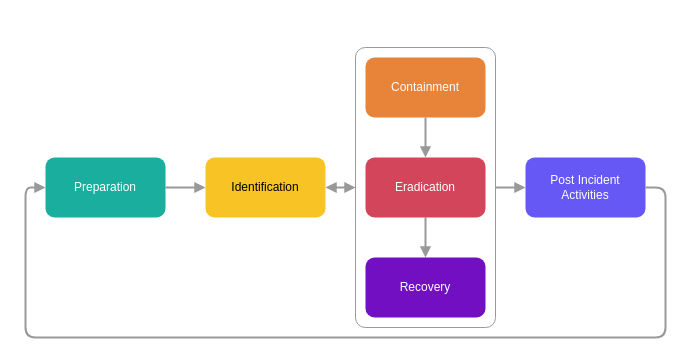
The draw.io diagram page "Figure 1 IR Lifecycle" (1 of 7) of IR Plan Flows.drawio in nightly-nessie/irplan-playbooks, before the edit. Source tidied: cells renumbered, new cells numbered last; positions are measured from the earlier drawing's top-left corner, leaving out a move shared by most shapes. Both pictures are drawn from the tidied source at 100%, with x=0, y=0 at pixel (25, 47).
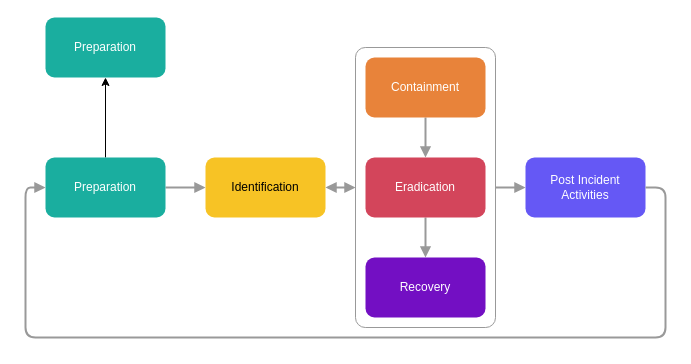
After the change.

Change to the diagram source:
```diff
@@
 <mxGraphModel>
   <root>
     <mxCell id="0" />
     <mxCell id="1" parent="0" />
     <mxCell id="2" style="edgeStyle=orthogonalEdgeStyle;rounded=0;jettySize=auto;html=1;strokeWidth=2;strokeColor=#999999;endArrow=block;endFill=1;" parent="1" edge="1" source="3" target="4">
       <mxGeometry relative="1" as="geometry" />
     </mxCell>
+    <mxCell id="15" style="edgeStyle=orthogonalEdgeStyle;rounded=0;jettySize=auto;html=1;" parent="1" edge="1" source="3" target="16">
+      <mxGeometry relative="1" as="geometry" />
+    </mxCell>
     <mxCell id="3" value="Preparation" style="rounded=1;whiteSpace=wrap;html=1;strokeColor=none;fillColor=#1AAE9F;labelBackgroundColor=none;labelBorderColor=none;fontColor=#FFFFFF;" parent="1" vertex="1">
       <mxGeometry x="20" y="110" width="120" height="60" as="geometry" />
     </mxCell>
     <mxCell id="4" value="Identification" style="whiteSpace=wrap;html=1;rounded=1;strokeColor=none;fillColor=#F7C325;" parent="1" vertex="1">
       <mxGeometry x="180" y="110" width="120" height="60" as="geometry" />
     </mxCell>
     <mxCell id="5" style="edgeStyle=orthogonalEdgeStyle;rounded=1;jettySize=auto;html=1;exitX=1;exitY=0.5;exitDx=0;exitDy=0;strokeColor=#999999;strokeWidth=2;endArrow=block;endFill=1;" parent="1" edge="1" source="14" target="8">
       <mxGeometry relative="1" as="geometry" />
     </mxCell>
     <mxCell id="6" style="edgeStyle=orthogonalEdgeStyle;rounded=0;jettySize=auto;html=1;strokeColor=#999999;endFill=1;strokeWidth=2;endArrow=block;" parent="1" edge="1" source="7" target="9">
       <mxGeometry relative="1" as="geometry" />
     </mxCell>
     <mxCell id="7" value="Eradication" style="whiteSpace=wrap;html=1;rounded=1;fontColor=#FFFFFF;strokeColor=none;fillColor=#D3455B;" parent="1" vertex="1">
       <mxGeometry x="340" y="110" width="120" height="60" as="geometry" />
     </mxCell>
     <mxCell id="8" value="Post Incident Activities" style="whiteSpace=wrap;html=1;rounded=1;fontColor=#FFFFFF;strokeColor=none;fillColor=#6558F5;" parent="1" vertex="1">
       <mxGeometry x="500" y="110" width="120" height="60" as="geometry" />
     </mxCell>
     <mxCell id="9" value="Recovery" style="whiteSpace=wrap;html=1;rounded=1;fontColor=#FFFFFF;strokeColor=none;fillColor=#730FC3;" parent="1" vertex="1">
       <mxGeometry x="340" y="210" width="120" height="60" as="geometry" />
     </mxCell>
     <mxCell id="10" style="edgeStyle=orthogonalEdgeStyle;rounded=0;jettySize=auto;html=1;endArrow=block;endFill=1;strokeWidth=2;strokeColor=#999999;" parent="1" edge="1" source="11" target="7">
       <mxGeometry relative="1" as="geometry" />
     </mxCell>
     <mxCell id="11" value="Containment" style="whiteSpace=wrap;html=1;rounded=1;strokeColor=none;fillColor=#E8833A;fontColor=#FFFFFF;" parent="1" vertex="1">
       <mxGeometry x="340" y="10" width="120" height="60" as="geometry" />
     </mxCell>
     <mxCell id="12" style="endArrow=block;html=1;entryX=0;entryY=0.5;entryDx=0;entryDy=0;exitX=1;exitY=0.5;exitDx=0;exitDy=0;edgeStyle=orthogonalEdgeStyle;strokeWidth=2;strokeColor=#999999;endFill=1;" parent="1" edge="1" source="8" target="3">
       <mxGeometry relative="1" as="geometry">
         <Array as="points">
           <mxPoint x="640" y="140" />
           <mxPoint x="640" y="290" />
           <mxPoint y="290" />
           <mxPoint y="140" />
         </Array>
       </mxGeometry>
     </mxCell>
     <mxCell id="13" style="edgeStyle=orthogonalEdgeStyle;jettySize=auto;html=1;startArrow=block;startFill=1;endArrow=block;endFill=1;strokeWidth=2;strokeColor=#999999;" parent="1" edge="1" source="14" target="4">
       <mxGeometry relative="1" as="geometry" />
     </mxCell>
     <mxCell id="14" style="rounded=1;whiteSpace=wrap;html=1;fillColor=none;arcSize=7;strokeColor=#999999;" parent="1" vertex="1">
       <mxGeometry x="330" width="140" height="280" as="geometry" />
     </mxCell>
+    <mxCell id="16" value="Preparation" style="rounded=1;whiteSpace=wrap;html=1;strokeColor=none;fillColor=#1AAE9F;labelBackgroundColor=none;labelBorderColor=none;fontColor=#FFFFFF;" parent="1" vertex="1">
+      <mxGeometry x="20" y="-30" width="120" height="60" as="geometry" />
+    </mxCell>
   </root>
 </mxGraphModel>
```
